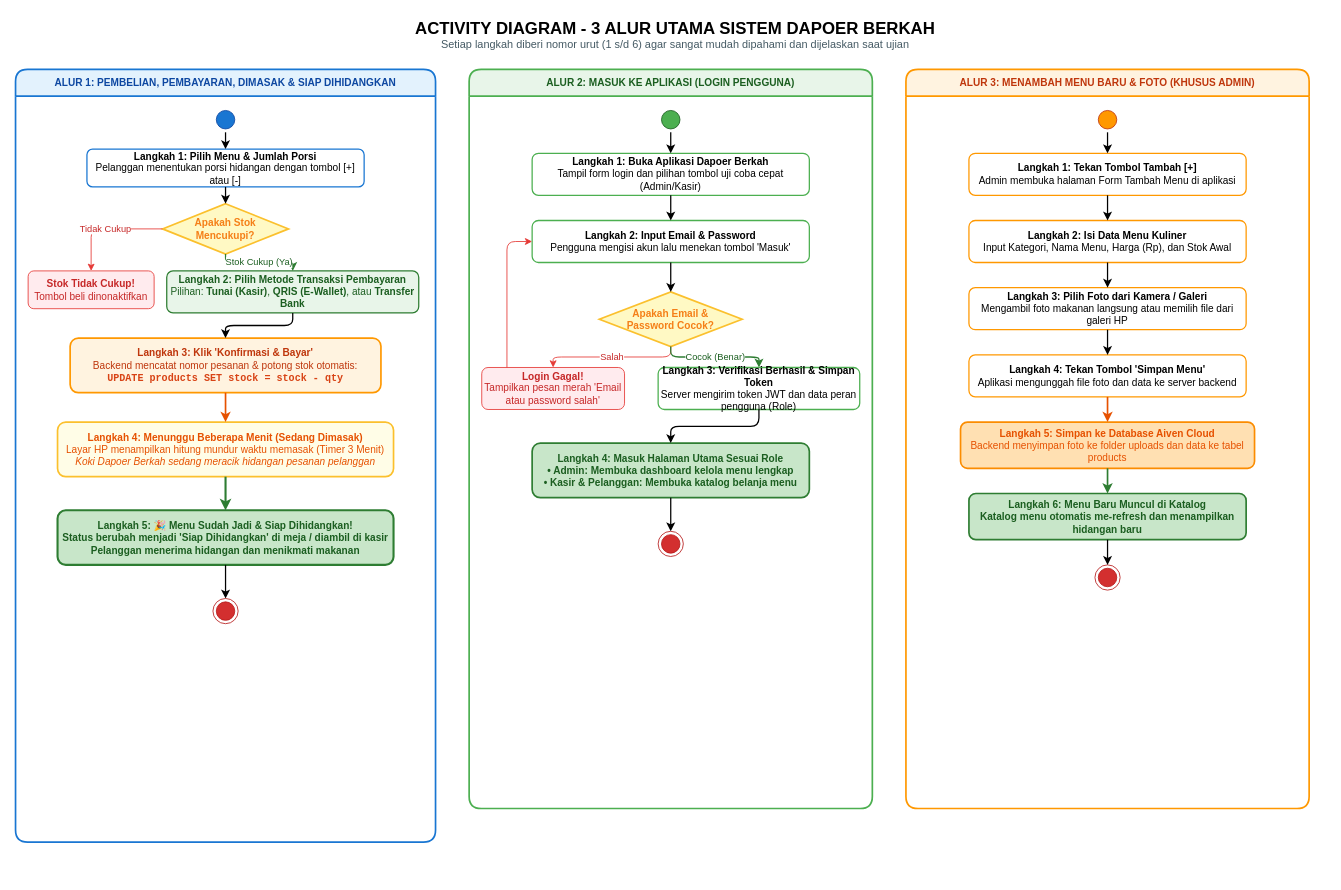
This is page "2. Activity Diagram" (2 of 4) of DIAGRAM_DAN_ERD_DAPOER_BERKAH.drawio from aliffrizkipratamaxrpl2/dapoer_berkah-umkm, a draw.io file, before an edit. Source tidied: cells renumbered, new cells numbered last; positions are measured from the earlier drawing's top-left corner, leaving out a move shared by most shapes. Both pictures are drawn from the tidied source at 84%, with x=0, y=0 at pixel (15, 14).
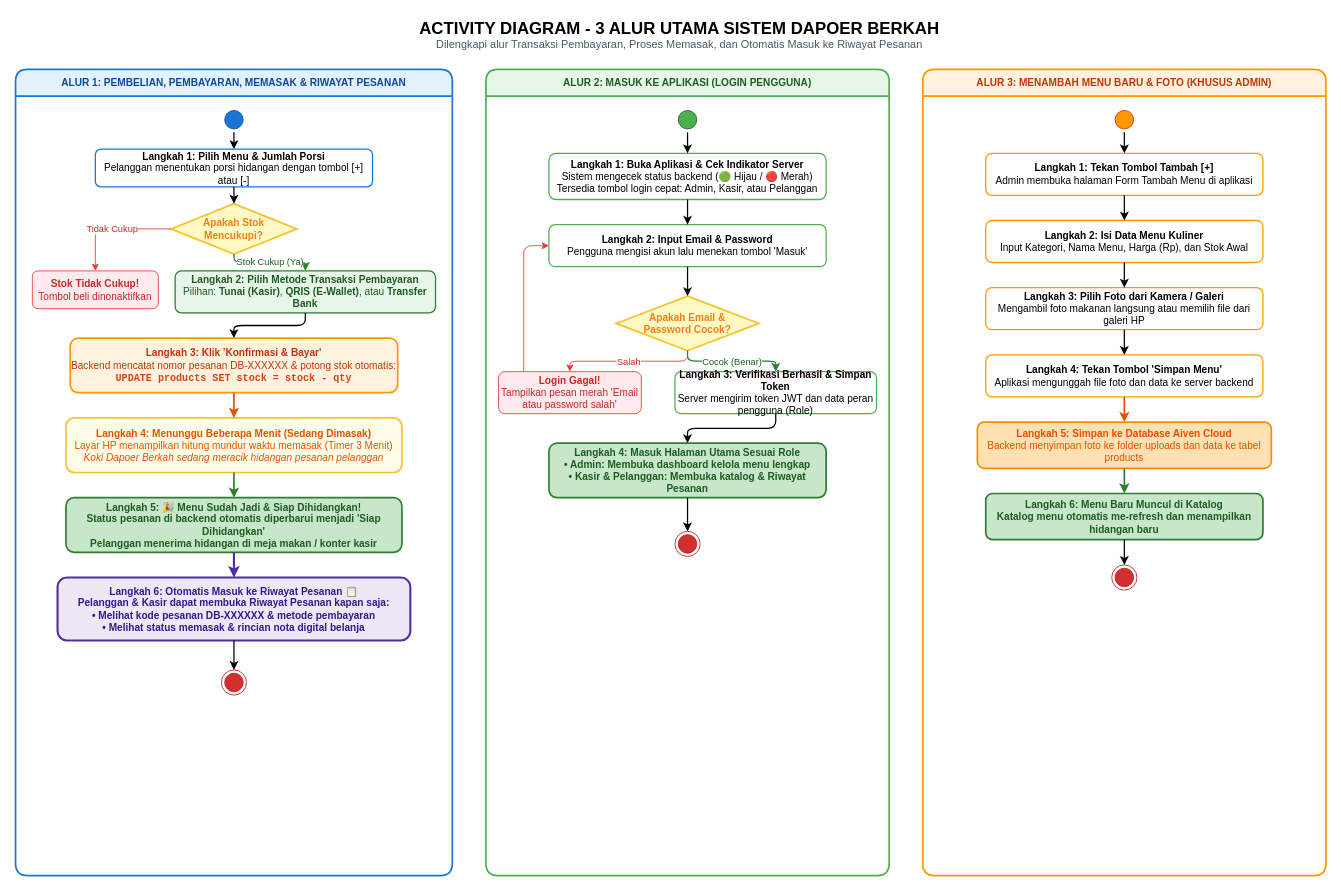
Above is the later version.

Commit message (it also covers changes not shown here):
docs: perbarui diagram drawio dan html dengan fitur riwayat pesanan dan alur transaksi

What changed in the source:
```diff
@@
-    <mxCell id="2" value="&lt;b&gt;&lt;font style=&quot;font-size: 20px;&quot;&gt;ACTIVITY DIAGRAM - 3 ALUR UTAMA SISTEM DAPOER BERKAH&lt;/font&gt;&lt;/b&gt;&lt;br&gt;&lt;font style=&quot;font-size: 13px; color: #455A64;&quot;&gt;Setiap langkah diberi nomor urut (1 s/d 6) agar sangat mudah dipahami dan dijelaskan saat ujian&lt;/font&gt;" style="text;html=1;align=center;verticalAlign=middle;strokeColor=none;fillColor=none;" parent="1" vertex="1">
-      <mxGeometry x="360" width="850" height="45" as="geometry" />
+    <mxCell id="2" value="&lt;b&gt;&lt;font style=&quot;font-size: 20px;&quot;&gt;ACTIVITY DIAGRAM - 3 ALUR UTAMA SISTEM DAPOER BERKAH&lt;/font&gt;&lt;/b&gt;&lt;br&gt;&lt;font style=&quot;font-size: 13px; color: #455A64;&quot;&gt;Dilengkapi alur Transaksi Pembayaran, Proses Memasak, dan Otomatis Masuk ke Riwayat Pesanan&lt;/font&gt;" style="text;html=1;align=center;verticalAlign=middle;strokeColor=none;fillColor=none;" parent="1" vertex="1">
+      <mxGeometry x="340" width="900" height="45" as="geometry" />
     </mxCell>
-    <mxCell id="3" value="&lt;b&gt;ALUR 1: PEMBELIAN, PEMBAYARAN, DIMASAK &amp;amp; SIAP DIHIDANGKAN&lt;/b&gt;" style="swimlane;whiteSpace=wrap;html=1;fillColor=#E3F2FD;strokeColor=#1976D2;fontColor=#0D47A1;startSize=32;rounded=1;strokeWidth=2;" parent="1" vertex="1">
-      <mxGeometry y="65" width="500" height="920" as="geometry" />
+    <mxCell id="3" value="&lt;b&gt;ALUR 1: PEMBELIAN, PEMBAYARAN, MEMASAK &amp;amp; RIWAYAT PESANAN&lt;/b&gt;" style="swimlane;whiteSpace=wrap;html=1;fillColor=#E3F2FD;strokeColor=#1976D2;fontColor=#0D47A1;startSize=32;rounded=1;strokeWidth=2;" parent="1" vertex="1">
+      <mxGeometry y="65" width="520" height="960" as="geometry" />
     </mxCell>
     <mxCell id="4" style="ellipse;html=1;shape=startState;fillColor=#1976D2;strokeColor=#0D47A1;" parent="3" vertex="1">
-      <mxGeometry x="235" y="45" width="30" height="30" as="geometry" />
+      <mxGeometry x="245" y="45" width="30" height="30" as="geometry" />
     </mxCell>
     <mxCell id="5" value="&lt;b&gt;Langkah 1: Pilih Menu &amp;amp; Jumlah Porsi&lt;/b&gt;&lt;br&gt;Pelanggan menentukan porsi hidangan dengan tombol [+] atau [-]" style="rounded=1;whiteSpace=wrap;html=1;fillColor=#FFFFFF;strokeColor=#1976D2;arcSize=15;strokeWidth=1.5;" parent="3" vertex="1">
-      <mxGeometry x="85" y="95" width="330" height="45" as="geometry" />
+      <mxGeometry x="95" y="95" width="330" height="45" as="geometry" />
     </mxCell>
     <mxCell id="6" value="&lt;b&gt;Apakah Stok&lt;br&gt;Mencukupi?&lt;/b&gt;" style="rhombus;whiteSpace=wrap;html=1;fillColor=#FFF9C4;strokeColor=#FBC02D;strokeWidth=2;fontColor=#F57F17;fontStyle=1;" parent="3" vertex="1">
-      <mxGeometry x="175" y="160" width="150" height="60" as="geometry" />
+      <mxGeometry x="185" y="160" width="150" height="60" as="geometry" />
     </mxCell>
     <mxCell id="7" value="&lt;b&gt;Stok Tidak Cukup!&lt;/b&gt;&lt;br&gt;Tombol beli dinonaktifkan" style="rounded=1;whiteSpace=wrap;html=1;fillColor=#FFEBEE;strokeColor=#E53935;arcSize=15;fontColor=#C62828;" parent="3" vertex="1">
-      <mxGeometry x="15" y="240" width="150" height="45" as="geometry" />
+      <mxGeometry x="20" y="240" width="150" height="45" as="geometry" />
     </mxCell>
     <mxCell id="8" value="&lt;b&gt;Langkah 2: Pilih Metode Transaksi Pembayaran&lt;/b&gt;&lt;br&gt;Pilihan: &lt;b&gt;Tunai (Kasir)&lt;/b&gt;, &lt;b&gt;QRIS (E-Wallet)&lt;/b&gt;, atau &lt;b&gt;Transfer Bank&lt;/b&gt;" style="rounded=1;whiteSpace=wrap;html=1;fillColor=#E8F5E9;strokeColor=#2E7D32;arcSize=15;strokeWidth=1.5;fontColor=#1B5E20;" parent="3" vertex="1">
-      <mxGeometry x="180" y="240" width="300" height="50" as="geometry" />
+      <mxGeometry x="190" y="240" width="310" height="50" as="geometry" />
     </mxCell>
-    <mxCell id="9" value="&lt;b&gt;Langkah 3: Klik 'Konfirmasi &amp;amp; Bayar'&lt;/b&gt;&lt;br&gt;Backend mencatat nomor pesanan &amp;amp; potong stok otomatis:&lt;br&gt;&lt;font style=&quot;color: #D84315; font-family: monospace;&quot;&gt;&lt;b&gt;UPDATE products SET stock = stock - qty&lt;/b&gt;&lt;/font&gt;" style="rounded=1;whiteSpace=wrap;html=1;fillColor=#FFF3E0;strokeColor=#FF9800;arcSize=15;strokeWidth=2;fontColor=#BF360C;" parent="3" vertex="1">
-      <mxGeometry x="65" y="320" width="370" height="65" as="geometry" />
+    <mxCell id="9" value="&lt;b&gt;Langkah 3: Klik 'Konfirmasi &amp;amp; Bayar'&lt;/b&gt;&lt;br&gt;Backend mencatat nomor pesanan DB-XXXXXX &amp;amp; potong stok otomatis:&lt;br&gt;&lt;font style=&quot;color: #D84315; font-family: monospace;&quot;&gt;&lt;b&gt;UPDATE products SET stock = stock - qty&lt;/b&gt;&lt;/font&gt;" style="rounded=1;whiteSpace=wrap;html=1;fillColor=#FFF3E0;strokeColor=#FF9800;arcSize=15;strokeWidth=2;fontColor=#BF360C;" parent="3" vertex="1">
+      <mxGeometry x="65" y="320" width="390" height="65" as="geometry" />
     </mxCell>
     <mxCell id="10" value="&lt;b&gt;Langkah 4: Menunggu Beberapa Menit (Sedang Dimasak)&lt;/b&gt;&lt;br&gt;Layar HP menampilkan hitung mundur waktu memasak (Timer 3 Menit)&lt;br&gt;&lt;i&gt;Koki Dapoer Berkah sedang meracik hidangan pesanan pelanggan&lt;/i&gt;" style="rounded=1;whiteSpace=wrap;html=1;fillColor=#FFFDE7;strokeColor=#FBC02D;arcSize=15;strokeWidth=2;fontColor=#E65100;" parent="3" vertex="1">
-      <mxGeometry x="50" y="420" width="400" height="65" as="geometry" />
+      <mxGeometry x="60" y="415" width="400" height="65" as="geometry" />
     </mxCell>
-    <mxCell id="11" value="&lt;b&gt;Langkah 5: 🎉 Menu Sudah Jadi &amp;amp; Siap Dihidangkan!&lt;/b&gt;&lt;br&gt;Status berubah menjadi 'Siap Dihidangkan' di meja / diambil di kasir&lt;br&gt;Pelanggan menerima hidangan dan menikmati makanan" style="rounded=1;whiteSpace=wrap;html=1;fillColor=#C8E6C9;strokeColor=#2E7D32;arcSize=15;fontColor=#1B5E20;fontStyle=1;strokeWidth=2.5;" parent="3" vertex="1">
-      <mxGeometry x="50" y="525" width="400" height="65" as="geometry" />
+    <mxCell id="11" value="&lt;b&gt;Langkah 5: 🎉 Menu Sudah Jadi &amp;amp; Siap Dihidangkan!&lt;/b&gt;&lt;br&gt;Status pesanan di backend otomatis diperbarui menjadi 'Siap Dihidangkan'&lt;br&gt;Pelanggan menerima hidangan di meja makan / konter kasir" style="rounded=1;whiteSpace=wrap;html=1;fillColor=#C8E6C9;strokeColor=#2E7D32;arcSize=15;fontColor=#1B5E20;fontStyle=1;strokeWidth=2;" parent="3" vertex="1">
+      <mxGeometry x="60" y="510" width="400" height="65" as="geometry" />
     </mxCell>
+    <mxCell id="54" value="&lt;b&gt;Langkah 6: Otomatis Masuk ke Riwayat Pesanan 📋&lt;/b&gt;&lt;br&gt;Pelanggan &amp;amp; Kasir dapat membuka Riwayat Pesanan kapan saja:&lt;br&gt;• Melihat kode pesanan DB-XXXXXX &amp;amp; metode pembayaran&lt;br&gt;• Melihat status memasak &amp;amp; rincian nota digital belanja" style="rounded=1;whiteSpace=wrap;html=1;fillColor=#EDE7F6;strokeColor=#512DA8;arcSize=15;fontColor=#311B92;fontStyle=1;strokeWidth=2.5;" parent="3" vertex="1">
+      <mxGeometry x="50" y="605" width="420" height="75" as="geometry" />
+    </mxCell>
     <mxCell id="12" style="ellipse;html=1;shape=endState;fillColor=#D32F2F;strokeColor=#B71C1C;" parent="3" vertex="1">
-      <mxGeometry x="235" y="630" width="30" height="30" as="geometry" />
+      <mxGeometry x="245" y="715" width="30" height="30" as="geometry" />
     </mxCell>
@@
-    <mxCell id="19" style="edgeStyle=orthogonalEdgeStyle;html=1;endArrow=classic;strokeWidth=2.5;strokeColor=#2E7D32;" parent="3" edge="1" source="10" target="11">
+    <mxCell id="19" style="edgeStyle=orthogonalEdgeStyle;html=1;endArrow=classic;strokeWidth=2;strokeColor=#2E7D32;" parent="3" edge="1" source="10" target="11">
       <mxGeometry relative="1" as="geometry" />
     </mxCell>
-    <mxCell id="20" style="edgeStyle=orthogonalEdgeStyle;html=1;endArrow=classic;strokeWidth=1.5;" parent="3" edge="1" source="11" target="12">
+    <mxCell id="20" style="edgeStyle=orthogonalEdgeStyle;html=1;endArrow=classic;strokeWidth=2.5;strokeColor=#512DA8;" parent="3" edge="1" source="11" target="54">
       <mxGeometry relative="1" as="geometry" />
     </mxCell>
+    <mxCell id="55" style="edgeStyle=orthogonalEdgeStyle;html=1;endArrow=classic;strokeWidth=1.5;" parent="3" edge="1" source="54" target="12">
+      <mxGeometry relative="1" as="geometry" />
+    </mxCell>
     <mxCell id="21" value="&lt;b&gt;ALUR 2: MASUK KE APLIKASI (LOGIN PENGGUNA)&lt;/b&gt;" style="swimlane;whiteSpace=wrap;html=1;fillColor=#E8F5E9;strokeColor=#4CAF50;fontColor=#1B5E20;startSize=32;rounded=1;strokeWidth=2;" parent="1" vertex="1">
-      <mxGeometry x="540" y="65" width="480" height="880" as="geometry" />
+      <mxGeometry x="560" y="65" width="480" height="960" as="geometry" />
     </mxCell>
@@
-    <mxCell id="23" value="&lt;b&gt;Langkah 1: Buka Aplikasi Dapoer Berkah&lt;/b&gt;&lt;br&gt;Tampil form login dan pilihan tombol uji coba cepat (Admin/Kasir)" style="rounded=1;whiteSpace=wrap;html=1;fillColor=#FFFFFF;strokeColor=#4CAF50;arcSize=15;strokeWidth=1.5;" parent="21" vertex="1">
-      <mxGeometry x="75" y="100" width="330" height="50" as="geometry" />
+    <mxCell id="23" value="&lt;b&gt;Langkah 1: Buka Aplikasi &amp;amp; Cek Indikator Server&lt;/b&gt;&lt;br&gt;Sistem mengecek status backend (🟢 Hijau / 🔴 Merah)&lt;br&gt;Tersedia tombol login cepat: Admin, Kasir, atau Pelanggan" style="rounded=1;whiteSpace=wrap;html=1;fillColor=#FFFFFF;strokeColor=#4CAF50;arcSize=15;strokeWidth=1.5;" parent="21" vertex="1">
+      <mxGeometry x="75" y="100" width="330" height="55" as="geometry" />
     </mxCell>
     <mxCell id="24" value="&lt;b&gt;Langkah 2: Input Email &amp;amp; Password&lt;/b&gt;&lt;br&gt;Pengguna mengisi akun lalu menekan tombol 'Masuk'" style="rounded=1;whiteSpace=wrap;html=1;fillColor=#FFFFFF;strokeColor=#4CAF50;arcSize=15;strokeWidth=1.5;" parent="21" vertex="1">
-      <mxGeometry x="75" y="180" width="330" height="50" as="geometry" />
+      <mxGeometry x="75" y="185" width="330" height="50" as="geometry" />
     </mxCell>
     <mxCell id="25" value="&lt;b&gt;Apakah Email &amp;amp;&lt;br&gt;Password Cocok?&lt;/b&gt;" style="rhombus;whiteSpace=wrap;html=1;fillColor=#FFF9C4;strokeColor=#FBC02D;strokeWidth=2;fontColor=#F57F17;fontStyle=1;" parent="21" vertex="1">
-      <mxGeometry x="155" y="265" width="170" height="65" as="geometry" />
+      <mxGeometry x="155" y="270" width="170" height="65" as="geometry" />
     </mxCell>
     <mxCell id="26" value="&lt;b&gt;Login Gagal!&lt;/b&gt;&lt;br&gt;Tampilkan pesan merah 'Email atau password salah'" style="rounded=1;whiteSpace=wrap;html=1;fillColor=#FFEBEE;strokeColor=#E53935;arcSize=15;fontColor=#C62828;" parent="21" vertex="1">
-      <mxGeometry x="15" y="355" width="170" height="50" as="geometry" />
+      <mxGeometry x="15" y="360" width="170" height="50" as="geometry" />
     </mxCell>
     <mxCell id="27" value="&lt;b&gt;Langkah 3: Verifikasi Berhasil &amp;amp; Simpan Token&lt;/b&gt;&lt;br&gt;Server mengirim token JWT dan data peran pengguna (Role)" style="rounded=1;whiteSpace=wrap;html=1;fillColor=#FFFFFF;strokeColor=#4CAF50;arcSize=15;strokeWidth=1.5;" parent="21" vertex="1">
-      <mxGeometry x="225" y="355" width="240" height="50" as="geometry" />
+      <mxGeometry x="225" y="360" width="240" height="50" as="geometry" />
     </mxCell>
-    <mxCell id="28" value="&lt;b&gt;Langkah 4: Masuk Halaman Utama Sesuai Role&lt;/b&gt;&lt;br&gt;• Admin: Membuka dashboard kelola menu lengkap&lt;br&gt;• Kasir &amp;amp; Pelanggan: Membuka katalog belanja menu" style="rounded=1;whiteSpace=wrap;html=1;fillColor=#C8E6C9;strokeColor=#2E7D32;arcSize=15;fontColor=#1B5E20;fontStyle=1;strokeWidth=2;" parent="21" vertex="1">
+    <mxCell id="28" value="&lt;b&gt;Langkah 4: Masuk Halaman Utama Sesuai Role&lt;/b&gt;&lt;br&gt;• Admin: Membuka dashboard kelola menu lengkap&lt;br&gt;• Kasir &amp;amp; Pelanggan: Membuka katalog &amp;amp; Riwayat Pesanan" style="rounded=1;whiteSpace=wrap;html=1;fillColor=#C8E6C9;strokeColor=#2E7D32;arcSize=15;fontColor=#1B5E20;fontStyle=1;strokeWidth=2;" parent="21" vertex="1">
       <mxGeometry x="75" y="445" width="330" height="65" as="geometry" />
     </mxCell>
@@
     <mxCell id="34" style="edgeStyle=orthogonalEdgeStyle;html=1;endArrow=classic;strokeColor=#E53935;entryX=0;entryY=0.5;entryDx=0;entryDy=0;" parent="21" edge="1" source="26" target="24">
       <mxGeometry relative="1" as="geometry">
         <Array as="points">
-          <mxPoint x="45" y="205" />
+          <mxPoint x="45" y="210" />
         </Array>
       </mxGeometry>
     </mxCell>
@@
     <mxCell id="38" value="&lt;b&gt;ALUR 3: MENAMBAH MENU BARU &amp;amp; FOTO (KHUSUS ADMIN)&lt;/b&gt;" style="swimlane;whiteSpace=wrap;html=1;fillColor=#FFF3E0;strokeColor=#FF9800;fontColor=#BF360C;startSize=32;rounded=1;strokeWidth=2;" parent="1" vertex="1">
-      <mxGeometry x="1060" y="65" width="480" height="880" as="geometry" />
+      <mxGeometry x="1080" y="65" width="480" height="960" as="geometry" />
     </mxCell>
```
